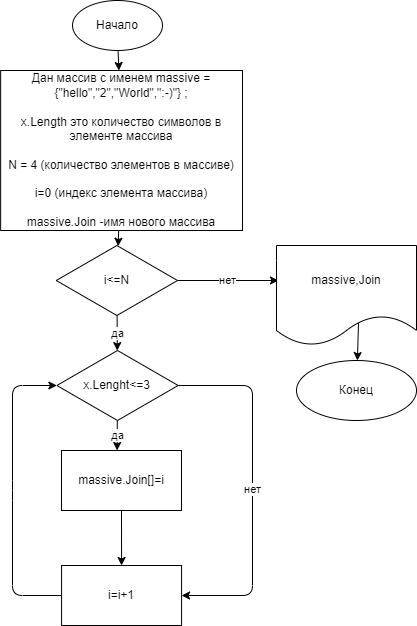
This is 01.drawio.png from AnnaFadeeva90/Final_Work, a draw.io export, as it was before one commit. Source tidied: cells renumbered, new cells last; positions are measured from the earlier drawing's top-left corner, leaving out a move shared by most shapes. The source it was exported from:
```xml
<mxGraphModel>
  <root>
    <mxCell id="0" />
    <mxCell id="1" parent="0" />
    <mxCell id="2" style="edgeStyle=none;html=1;" parent="1" edge="1" source="3" target="5">
      <mxGeometry relative="1" as="geometry" />
    </mxCell>
    <mxCell id="3" value="Начало" style="ellipse;whiteSpace=wrap;html=1;" parent="1" vertex="1">
      <mxGeometry x="72" width="90" height="50" as="geometry" />
    </mxCell>
    <mxCell id="4" style="edgeStyle=none;html=1;" parent="1" edge="1" source="5" target="8">
      <mxGeometry relative="1" as="geometry" />
    </mxCell>
    <mxCell id="5" value="Дан массив с именем massive = {&quot;hello&quot;,&quot;2&quot;,&quot;World&quot;,&quot;:-)&quot;} ;&lt;br&gt;&lt;br&gt;x.Length это количество символов в элементе массива&lt;br&gt;&lt;br&gt;N = 4 (количество элементов в массиве)&lt;br&gt;&lt;br&gt;i=0 (индекс элемента массива)&lt;br&gt;&lt;br&gt;massive.Join -имя нового массива" style="whiteSpace=wrap;html=1;" parent="1" vertex="1">
      <mxGeometry x="0.1" y="70" width="241.9" height="160" as="geometry" />
    </mxCell>
    <mxCell id="6" value="нет" style="edgeStyle=none;html=1;entryX=0.014;entryY=0.35;entryDx=0;entryDy=0;entryPerimeter=0;" parent="1" edge="1" source="8" target="16">
      <mxGeometry relative="1" as="geometry" />
    </mxCell>
    <mxCell id="7" value="да" style="edgeStyle=none;html=1;" parent="1" edge="1" source="8" target="11">
      <mxGeometry relative="1" as="geometry" />
    </mxCell>
    <mxCell id="8" value="i&amp;lt;=N" style="rhombus;whiteSpace=wrap;html=1;" parent="1" vertex="1">
      <mxGeometry x="55.8" y="245" width="121.2" height="70" as="geometry" />
    </mxCell>
    <mxCell id="9" value="да" style="edgeStyle=none;html=1;" parent="1" edge="1" source="11">
      <mxGeometry relative="1" as="geometry">
        <mxPoint x="116.6" y="450" as="targetPoint" />
      </mxGeometry>
    </mxCell>
    <mxCell id="10" value="нет" style="edgeStyle=none;html=1;entryX=1;entryY=0.5;entryDx=0;entryDy=0;" parent="1" edge="1" source="11" target="13">
      <mxGeometry relative="1" as="geometry">
        <Array as="points">
          <mxPoint x="252" y="385" />
          <mxPoint x="252" y="595" />
        </Array>
      </mxGeometry>
    </mxCell>
    <mxCell id="11" value="x.Lenght&amp;lt;=3" style="rhombus;whiteSpace=wrap;html=1;" parent="1" vertex="1">
      <mxGeometry x="56.4" y="350" width="121.2" height="70" as="geometry" />
    </mxCell>
    <mxCell id="12" style="edgeStyle=none;html=1;exitX=0;exitY=0.5;exitDx=0;exitDy=0;entryX=0;entryY=0.5;entryDx=0;entryDy=0;" parent="1" edge="1" source="13" target="11">
      <mxGeometry relative="1" as="geometry">
        <Array as="points">
          <mxPoint x="12" y="595" />
          <mxPoint x="12" y="490" />
          <mxPoint x="12" y="385" />
        </Array>
      </mxGeometry>
    </mxCell>
    <mxCell id="13" value="i=i+1" style="whiteSpace=wrap;html=1;" parent="1" vertex="1">
      <mxGeometry x="61.1" y="565" width="120" height="60" as="geometry" />
    </mxCell>
    <mxCell id="14" style="endArrow=classic;html=1;exitX=0.5;exitY=1;exitDx=0;exitDy=0;entryX=0.5;entryY=0;entryDx=0;entryDy=0;" parent="1" edge="1" source="17" target="13">
      <mxGeometry relative="1" as="geometry" />
    </mxCell>
    <mxCell id="15" style="edgeStyle=none;html=1;exitX=0.586;exitY=0.77;exitDx=0;exitDy=0;exitPerimeter=0;" parent="1" edge="1" source="16" target="18">
      <mxGeometry relative="1" as="geometry" />
    </mxCell>
    <mxCell id="16" value="massive,Join" style="shape=document;whiteSpace=wrap;html=1;boundedLbl=1;" parent="1" vertex="1">
      <mxGeometry x="276" y="245" width="140" height="100" as="geometry" />
    </mxCell>
    <mxCell id="17" value="massive.Join[]=i" style="rounded=0;whiteSpace=wrap;html=1;" parent="1" vertex="1">
      <mxGeometry x="61" y="450" width="120" height="60" as="geometry" />
    </mxCell>
    <mxCell id="18" value="Конец" style="ellipse;whiteSpace=wrap;html=1;" parent="1" vertex="1">
      <mxGeometry x="296" y="360" width="120" height="60" as="geometry" />
    </mxCell>
  </root>
</mxGraphModel>
```
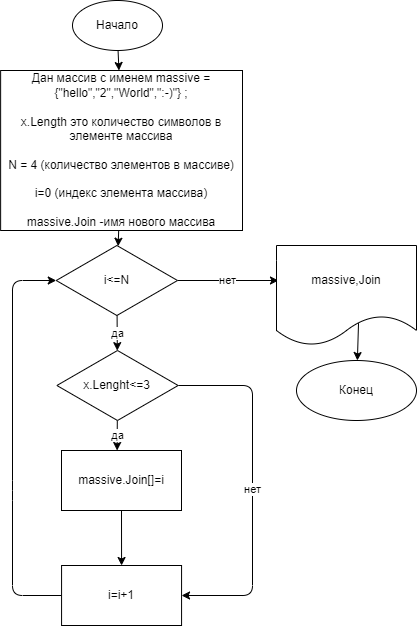
Above is the later version.

Commit message:
Исправила ошибку в алгоритме со стрелочками

The edit, as a diff of the source:
```diff
@@ -39,12 +39,12 @@
     <mxCell id="11" value="x.Lenght&amp;lt;=3" style="rhombus;whiteSpace=wrap;html=1;" parent="1" vertex="1">
       <mxGeometry x="56.4" y="350" width="121.2" height="70" as="geometry" />
     </mxCell>
-    <mxCell id="12" style="edgeStyle=none;html=1;exitX=0;exitY=0.5;exitDx=0;exitDy=0;entryX=0;entryY=0.5;entryDx=0;entryDy=0;" parent="1" edge="1" source="13" target="11">
+    <mxCell id="12" style="edgeStyle=none;html=1;exitX=0;exitY=0.5;exitDx=0;exitDy=0;entryX=0;entryY=0.5;entryDx=0;entryDy=0;" parent="1" edge="1" source="13" target="8">
       <mxGeometry relative="1" as="geometry">
         <Array as="points">
           <mxPoint x="12" y="595" />
           <mxPoint x="12" y="490" />
-          <mxPoint x="12" y="385" />
+          <mxPoint x="12" y="280" />
         </Array>
       </mxGeometry>
     </mxCell>
```
